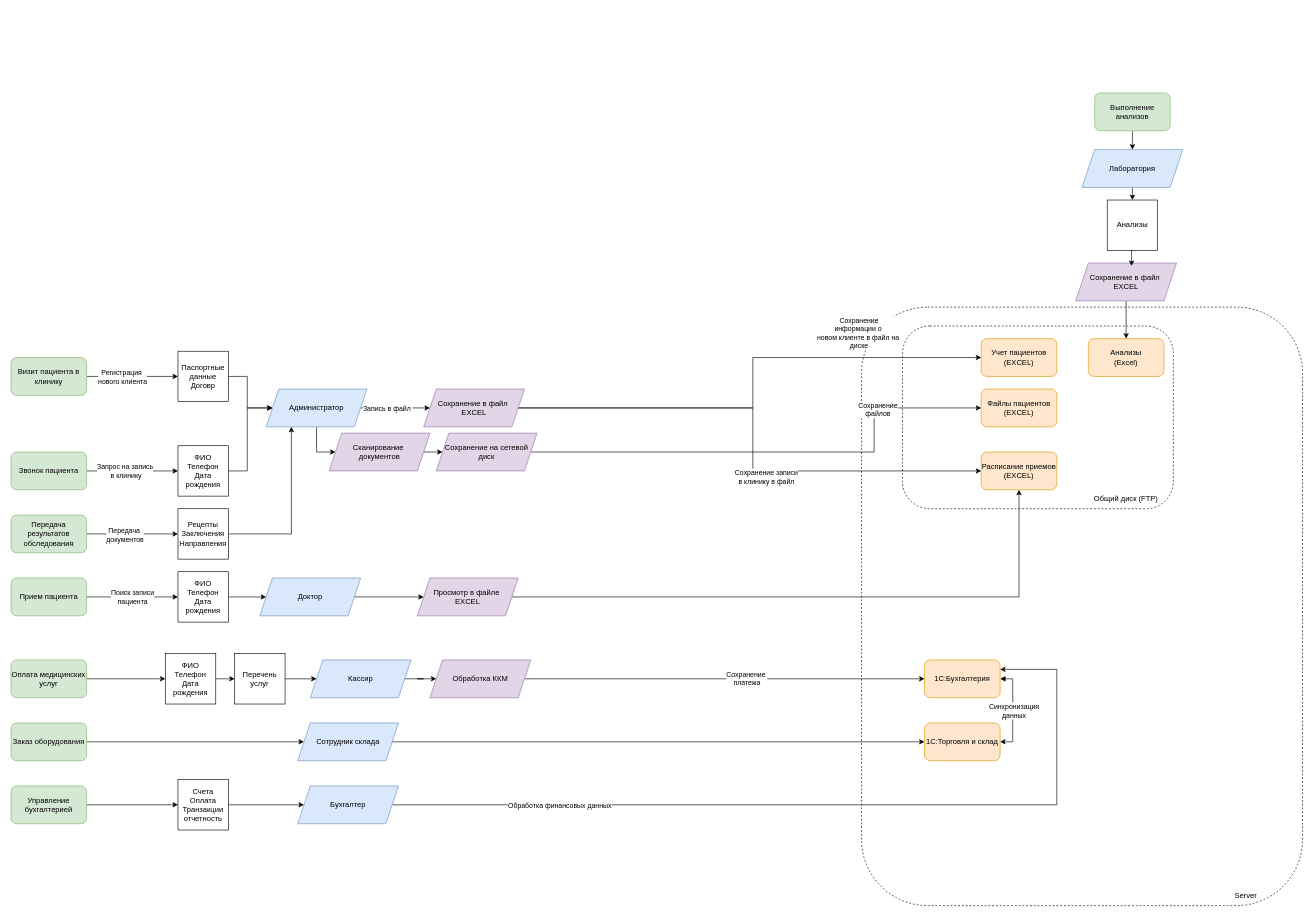
This is Task 1/DFD_Защита_данных.drawio from forfrontskill/architecture-medikamente, a draw.io file, before an edit. Source tidied: cells renumbered, new cells numbered last; positions are measured from the earlier drawing's top-left corner, leaving out a move shared by most shapes. Both pictures are drawn from the tidied source at 63%, with x=0, y=0 at pixel (11, 93).
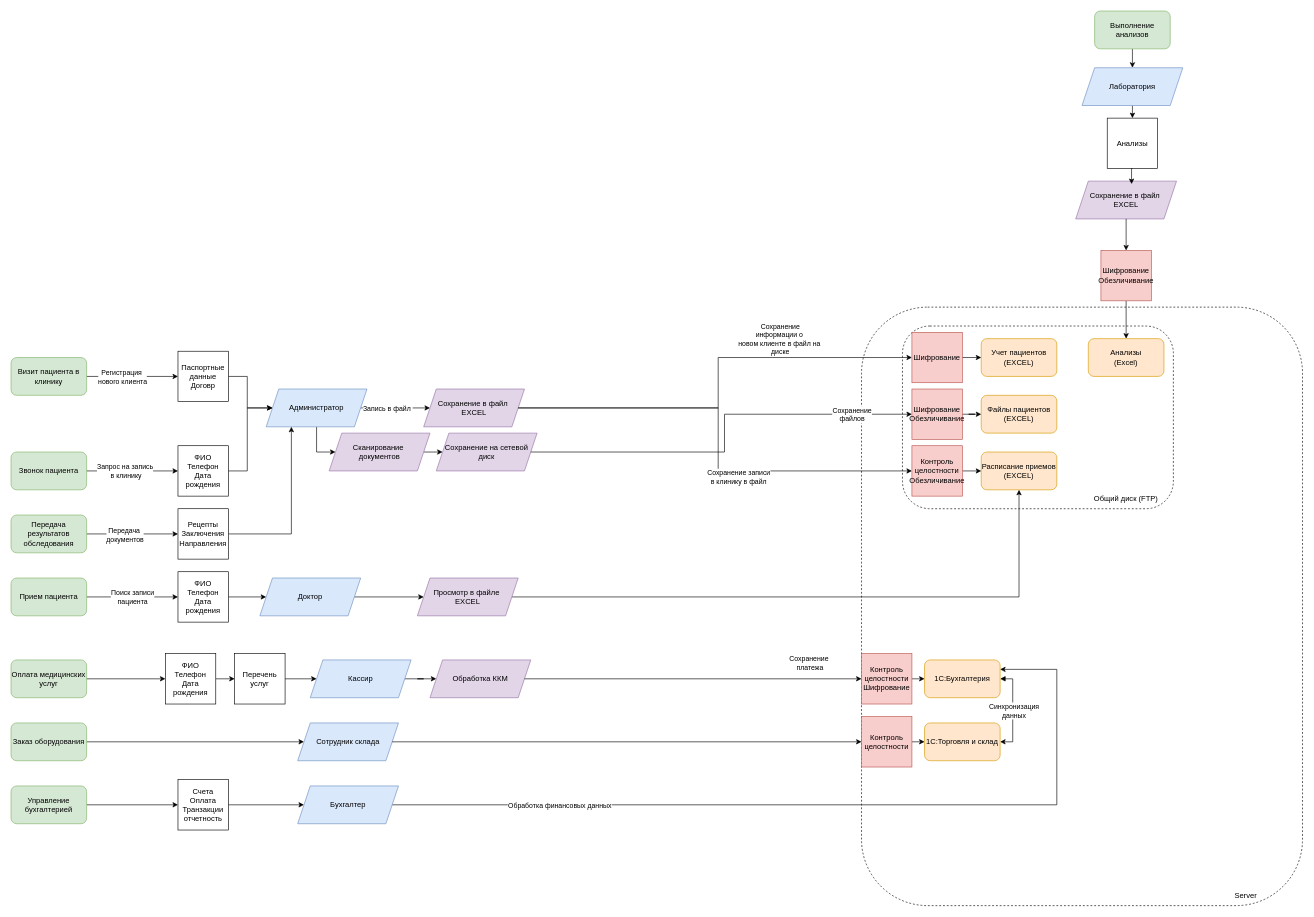
Above is the later version.

Commit message (it also covers changes not shown here):
Реализация 2-го задания

The change refers to these unchanged cells:
```xml
<mxCell id="6" value="Учет пациентов&lt;div&gt;(EXCEL)&lt;/div&gt;" style="rounded=1;whiteSpace=wrap;html=1;fillColor=#ffe6cc;strokeColor=#d79b00;" parent="1" vertex="1">
  <mxGeometry x="1540" y="390" width="120" height="60" as="geometry" />
</mxCell>
<mxCell id="9" value="1С:Бухгалтерия" style="rounded=1;whiteSpace=wrap;html=1;fillColor=#ffe6cc;strokeColor=#d79b00;" parent="1" vertex="1">
  <mxGeometry x="1450" y="900" width="120" height="60" as="geometry" />
</mxCell>
<mxCell id="10" value="&lt;div&gt;Анализы&lt;/div&gt;&lt;div&gt;(Excel)&lt;/div&gt;" style="rounded=1;whiteSpace=wrap;html=1;fillColor=#ffe6cc;strokeColor=#d79b00;" parent="1" vertex="1">
  <mxGeometry x="1710" y="390" width="120" height="60" as="geometry" />
</mxCell>
<mxCell id="11" value="Расписание приемов&lt;br&gt;&lt;div&gt;(EXCEL)&lt;/div&gt;" style="rounded=1;whiteSpace=wrap;html=1;fillColor=#ffe6cc;strokeColor=#d79b00;" parent="1" vertex="1">
  <mxGeometry x="1540" y="570" width="120" height="60" as="geometry" />
</mxCell>
<mxCell id="23" value="Сохранение в файл&amp;nbsp;&lt;div&gt;EXCEL&lt;/div&gt;" style="shape=parallelogram;perimeter=parallelogramPerimeter;whiteSpace=wrap;html=1;fixedSize=1;fillColor=#e1d5e7;strokeColor=#9673a6;" parent="1" vertex="1">
  <mxGeometry x="655" y="470" width="160" height="60" as="geometry" />
</mxCell>
<mxCell id="49" value="Сохранение на сетевой&lt;div&gt;диск&lt;/div&gt;" style="shape=parallelogram;perimeter=parallelogramPerimeter;whiteSpace=wrap;html=1;fixedSize=1;fillColor=#e1d5e7;strokeColor=#9673a6;" parent="1" vertex="1">
  <mxGeometry x="675" y="540" width="160" height="60" as="geometry" />
</mxCell>
<mxCell id="65" value="Обработка ККМ" style="shape=parallelogram;perimeter=parallelogramPerimeter;whiteSpace=wrap;html=1;fixedSize=1;fillColor=#e1d5e7;strokeColor=#9673a6;" parent="1" vertex="1">
  <mxGeometry x="665" y="900" width="160" height="60" as="geometry" />
</mxCell>
<mxCell id="66" value="1С:Торговля и склад" style="rounded=1;whiteSpace=wrap;html=1;fillColor=#ffe6cc;strokeColor=#d79b00;" parent="1" vertex="1">
  <mxGeometry x="1450" y="1000" width="120" height="60" as="geometry" />
</mxCell>
<mxCell id="70" value="Сотрудник склада" style="shape=parallelogram;perimeter=parallelogramPerimeter;whiteSpace=wrap;html=1;fixedSize=1;fillColor=#dae8fc;strokeColor=#6c8ebf;" parent="1" vertex="1">
  <mxGeometry x="455" y="1000" width="160" height="60" as="geometry" />
</mxCell>
```

The edit, as a diff of the source:
```diff
@@
     <mxCell id="5" value="Файлы пациентов&lt;div&gt;(EXCEL)&lt;/div&gt;" style="rounded=1;whiteSpace=wrap;html=1;fillColor=#ffe6cc;strokeColor=#d79b00;" parent="1" vertex="1">
-      <mxGeometry x="1540" y="470" width="120" height="60" as="geometry" />
+      <mxGeometry x="1540" y="480" width="120" height="60" as="geometry" />
     </mxCell>
@@
-    <mxCell id="19" style="edgeStyle=orthogonalEdgeStyle;rounded=0;jettySize=auto;html=1;exitX=1;exitY=0.5;exitDx=0;exitDy=0;entryX=0;entryY=0.5;entryDx=0;entryDy=0;" parent="1" edge="1" source="23" target="11">
+    <mxCell id="19" style="edgeStyle=orthogonalEdgeStyle;rounded=0;jettySize=auto;html=1;exitX=1;exitY=0.5;exitDx=0;exitDy=0;entryX=0;entryY=0.5;entryDx=0;entryDy=0;" parent="1" edge="1" source="85" target="11">
       <mxGeometry relative="1" as="geometry" />
     </mxCell>
-    <mxCell id="20" value="Сохранение записи&lt;div&gt;в клинику в файл&lt;/div&gt;" style="edgeLabel;html=1;align=center;verticalAlign=middle;" parent="19" vertex="1">
-      <mxGeometry x="-0.19" relative="1" as="geometry">
-        <mxPoint x="55" y="109" as="offset" />
-      </mxGeometry>
-    </mxCell>
-    <mxCell id="21" style="edgeStyle=orthogonalEdgeStyle;rounded=0;jettySize=auto;html=1;exitX=1;exitY=0.5;exitDx=0;exitDy=0;entryX=0;entryY=0.5;entryDx=0;entryDy=0;" parent="1" edge="1" source="23" target="6">
+    <mxCell id="21" style="edgeStyle=orthogonalEdgeStyle;rounded=0;jettySize=auto;html=1;exitX=1;exitY=0.5;exitDx=0;exitDy=0;entryX=0;entryY=0.5;entryDx=0;entryDy=0;" parent="1" edge="1" source="83" target="6">
       <mxGeometry relative="1" as="geometry" />
     </mxCell>
     <mxCell id="22" value="Сохранение&lt;div&gt;информации о&amp;nbsp;&lt;/div&gt;&lt;div&gt;новом клиенте в файл на&amp;nbsp;&lt;/div&gt;&lt;div&gt;диске&lt;/div&gt;" style="edgeLabel;html=1;align=center;verticalAlign=middle;" parent="21" vertex="1">
       <mxGeometry x="0.52" y="1" relative="1" as="geometry">
-        <mxPoint x="1" y="-39" as="offset" />
+        <mxPoint x="-313" y="-29" as="offset" />
       </mxGeometry>
     </mxCell>
@@
-    <mxCell id="47" style="edgeStyle=orthogonalEdgeStyle;rounded=0;jettySize=auto;html=1;exitX=1;exitY=0.5;exitDx=0;exitDy=0;entryX=0;entryY=0.5;entryDx=0;entryDy=0;" parent="1" edge="1" source="49" target="5">
-      <mxGeometry relative="1" as="geometry">
-        <Array as="points">
-          <mxPoint x="1370" y="570" />
-          <mxPoint x="1370" y="500" />
-        </Array>
-      </mxGeometry>
-    </mxCell>
-    <mxCell id="48" value="Сохранение&lt;div&gt;файлов&lt;/div&gt;" style="edgeLabel;html=1;align=center;verticalAlign=middle;" parent="47" vertex="1">
-      <mxGeometry x="0.58" y="-2" relative="1" as="geometry" />
-    </mxCell>
@@
     <mxCell id="51" value="Выполнение анализов" style="rounded=1;whiteSpace=wrap;html=1;fillColor=#d5e8d4;strokeColor=#82b366;" parent="1" vertex="1">
-      <mxGeometry x="1720" width="120" height="60" as="geometry" />
+      <mxGeometry x="1720" y="-130" width="120" height="60" as="geometry" />
     </mxCell>
@@
     <mxCell id="53" value="Лаборатория" style="shape=parallelogram;perimeter=parallelogramPerimeter;whiteSpace=wrap;html=1;fixedSize=1;fillColor=#dae8fc;strokeColor=#6c8ebf;" parent="1" vertex="1">
-      <mxGeometry x="1700" y="90" width="160" height="60" as="geometry" />
+      <mxGeometry x="1700" y="-40" width="160" height="60" as="geometry" />
     </mxCell>
-    <mxCell id="54" style="edgeStyle=orthogonalEdgeStyle;rounded=0;jettySize=auto;html=1;exitX=0.5;exitY=1;exitDx=0;exitDy=0;" parent="1" edge="1" source="55" target="10">
+    <mxCell id="54" style="edgeStyle=orthogonalEdgeStyle;rounded=0;jettySize=auto;html=1;exitX=0.5;exitY=1;exitDx=0;exitDy=0;" parent="1" edge="1" source="87" target="10">
       <mxGeometry relative="1" as="geometry" />
     </mxCell>
     <mxCell id="55" value="Сохранение в файл&amp;nbsp;&lt;div&gt;EXCEL&lt;/div&gt;" style="shape=parallelogram;perimeter=parallelogramPerimeter;whiteSpace=wrap;html=1;fixedSize=1;fillColor=#e1d5e7;strokeColor=#9673a6;" parent="1" vertex="1">
-      <mxGeometry x="1690" y="270" width="160" height="60" as="geometry" />
+      <mxGeometry x="1690" y="140" width="160" height="60" as="geometry" />
     </mxCell>
     <mxCell id="56" value="Анализы" style="whiteSpace=wrap;html=1;" parent="1" vertex="1">
-      <mxGeometry x="1740" y="170" width="80" height="80" as="geometry" />
+      <mxGeometry x="1740" y="40" width="80" height="80" as="geometry" />
     </mxCell>
@@
-    <mxCell id="63" style="edgeStyle=orthogonalEdgeStyle;rounded=0;jettySize=auto;html=1;exitX=1;exitY=0.5;exitDx=0;exitDy=0;entryX=0;entryY=0.5;entryDx=0;entryDy=0;" parent="1" edge="1" source="65" target="9">
+    <mxCell id="63" style="edgeStyle=orthogonalEdgeStyle;rounded=0;jettySize=auto;html=1;exitX=1;exitY=0.5;exitDx=0;exitDy=0;entryX=0;entryY=0.5;entryDx=0;entryDy=0;" parent="1" edge="1" source="92" target="9">
       <mxGeometry relative="1" as="geometry" />
     </mxCell>
     <mxCell id="64" value="Сохранение&amp;nbsp;&lt;div&gt;платежа&lt;/div&gt;" style="edgeLabel;html=1;align=center;verticalAlign=middle;" parent="63" vertex="1">
-      <mxGeometry x="0.11" y="1" relative="1" as="geometry" />
+      <mxGeometry x="0.11" y="1" relative="1" as="geometry">
+        <mxPoint x="-174" y="-24" as="offset" />
+      </mxGeometry>
     </mxCell>
@@
-    <mxCell id="69" style="edgeStyle=orthogonalEdgeStyle;rounded=0;jettySize=auto;html=1;exitX=1;exitY=0.5;exitDx=0;exitDy=0;entryX=0;entryY=0.5;entryDx=0;entryDy=0;" parent="1" edge="1" source="70" target="66">
+    <mxCell id="69" style="edgeStyle=orthogonalEdgeStyle;rounded=0;jettySize=auto;html=1;exitX=1;exitY=0.5;exitDx=0;exitDy=0;entryX=0;entryY=0.5;entryDx=0;entryDy=0;" parent="1" edge="1" source="94" target="66">
       <mxGeometry relative="1" as="geometry" />
     </mxCell>
@@
+    <mxCell id="82" style="edgeStyle=orthogonalEdgeStyle;rounded=0;jettySize=auto;html=1;exitX=1;exitY=0.5;exitDx=0;exitDy=0;entryX=0;entryY=0.5;entryDx=0;entryDy=0;" parent="1" edge="1" source="23" target="83">
+      <mxGeometry relative="1" as="geometry" />
+    </mxCell>
+    <mxCell id="83" value="Шифрование" style="whiteSpace=wrap;html=1;fillColor=#f8cecc;strokeColor=#b85450;" parent="1" vertex="1">
+      <mxGeometry x="1430" y="380" width="80" height="80" as="geometry" />
+    </mxCell>
+    <mxCell id="84" style="edgeStyle=orthogonalEdgeStyle;rounded=0;jettySize=auto;html=1;exitX=1;exitY=0.5;exitDx=0;exitDy=0;entryX=0;entryY=0.5;entryDx=0;entryDy=0;" parent="1" edge="1" source="23" target="85">
+      <mxGeometry relative="1" as="geometry" />
+    </mxCell>
+    <mxCell id="20" value="Сохранение записи&lt;div&gt;в клинику в файл&lt;/div&gt;" style="edgeLabel;html=1;align=center;verticalAlign=middle;" parent="84" vertex="1">
+      <mxGeometry x="-0.19" relative="1" as="geometry">
+        <mxPoint x="55" y="109" as="offset" />
+      </mxGeometry>
+    </mxCell>
+    <mxCell id="85" value="Контроль целостности&lt;div&gt;Обезличивание&lt;/div&gt;" style="whiteSpace=wrap;html=1;fillColor=#f8cecc;strokeColor=#b85450;" parent="1" vertex="1">
+      <mxGeometry x="1430" y="560" width="80" height="80" as="geometry" />
+    </mxCell>
+    <mxCell id="86" style="edgeStyle=orthogonalEdgeStyle;rounded=0;jettySize=auto;html=1;exitX=0.5;exitY=1;exitDx=0;exitDy=0;" parent="1" edge="1" source="55" target="87">
+      <mxGeometry relative="1" as="geometry" />
+    </mxCell>
+    <mxCell id="87" value="Шифрование&lt;div&gt;Обезличивание&lt;/div&gt;" style="whiteSpace=wrap;html=1;fillColor=#f8cecc;strokeColor=#b85450;" parent="1" vertex="1">
+      <mxGeometry x="1730" y="250" width="80" height="80" as="geometry" />
+    </mxCell>
+    <mxCell id="88" style="edgeStyle=orthogonalEdgeStyle;rounded=0;jettySize=auto;html=1;exitX=1;exitY=0.5;exitDx=0;exitDy=0;entryX=0;entryY=0.5;entryDx=0;entryDy=0;" parent="1" edge="1" source="49" target="90">
+      <mxGeometry relative="1" as="geometry" />
+    </mxCell>
+    <mxCell id="48" value="Сохранение&lt;div&gt;файлов&lt;/div&gt;" style="edgeLabel;html=1;align=center;verticalAlign=middle;" parent="88" vertex="1">
+      <mxGeometry x="0.51" y="1" relative="1" as="geometry">
+        <mxPoint x="67" y="1" as="offset" />
+      </mxGeometry>
+    </mxCell>
+    <mxCell id="89" style="edgeStyle=orthogonalEdgeStyle;rounded=0;jettySize=auto;html=1;exitX=1;exitY=0.5;exitDx=0;exitDy=0;" parent="1" edge="1" source="90" target="5">
+      <mxGeometry relative="1" as="geometry" />
+    </mxCell>
+    <mxCell id="90" value="Шифрование&lt;div&gt;Обезличивание&lt;/div&gt;" style="whiteSpace=wrap;html=1;fillColor=#f8cecc;strokeColor=#b85450;" parent="1" vertex="1">
+      <mxGeometry x="1430" y="470" width="80" height="80" as="geometry" />
+    </mxCell>
+    <mxCell id="91" style="edgeStyle=orthogonalEdgeStyle;rounded=0;jettySize=auto;html=1;exitX=1;exitY=0.5;exitDx=0;exitDy=0;entryX=0;entryY=0.5;entryDx=0;entryDy=0;" parent="1" edge="1" source="65" target="92">
+      <mxGeometry relative="1" as="geometry" />
+    </mxCell>
+    <mxCell id="92" value="Контроль целостности&lt;div&gt;Шифрование&lt;/div&gt;" style="whiteSpace=wrap;html=1;fillColor=#f8cecc;strokeColor=#b85450;" parent="1" vertex="1">
+      <mxGeometry x="1350" y="890" width="80" height="80" as="geometry" />
+    </mxCell>
+    <mxCell id="93" style="edgeStyle=orthogonalEdgeStyle;rounded=0;jettySize=auto;html=1;exitX=1;exitY=0.5;exitDx=0;exitDy=0;entryX=0;entryY=0.5;entryDx=0;entryDy=0;" parent="1" edge="1" source="70" target="94">
+      <mxGeometry relative="1" as="geometry" />
+    </mxCell>
+    <mxCell id="94" value="Контроль целостности" style="whiteSpace=wrap;html=1;fillColor=#f8cecc;strokeColor=#b85450;" parent="1" vertex="1">
+      <mxGeometry x="1350" y="990" width="80" height="80" as="geometry" />
+    </mxCell>
```
